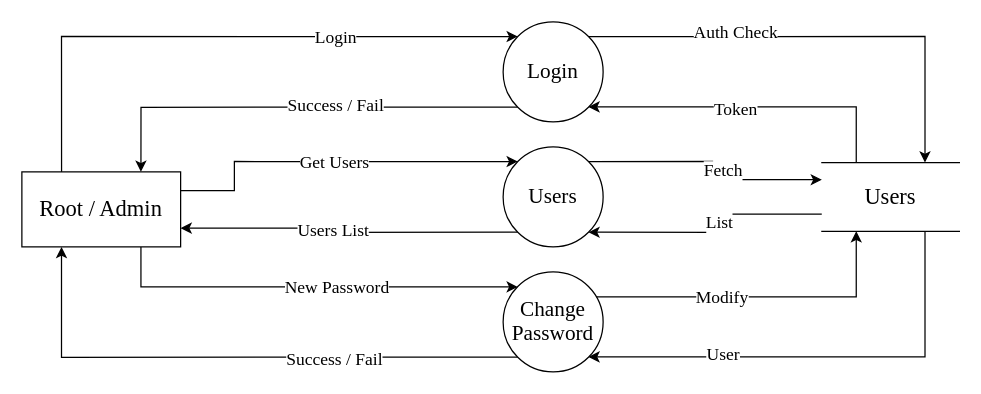
Above: Documentation/diags/Diagrams/root_users_0.drawio in Suzuki0916/Real_Estate_Site (draw.io), before the change. Source tidied: cells renumbered, new cells numbered last; positions are measured from the earlier drawing's top-left corner, leaving out a move shared by most shapes. Both pictures are drawn from the tidied source at 125%, with x=0, y=0 at pixel (21, 21).
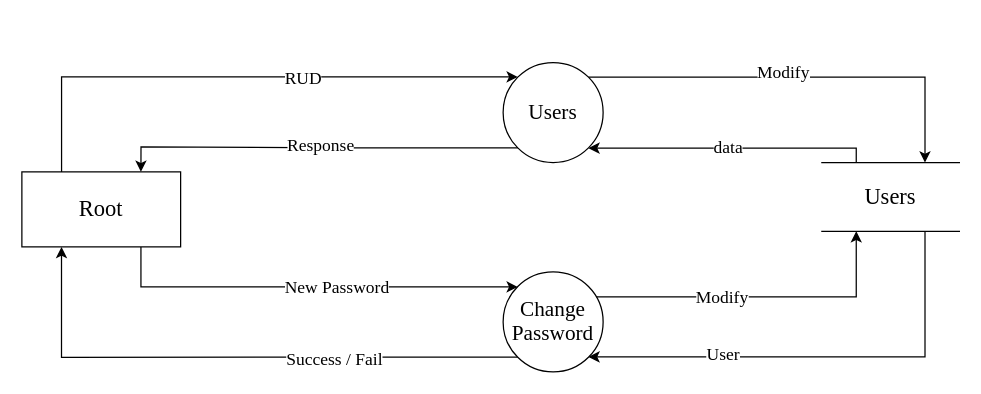
The same diagram, later.

The change refers to these unchanged cells:
```xml
<mxCell id="14" value="&lt;font style=&quot;font-size: 18px&quot;&gt;Users&lt;/font&gt;" style="shape=partialRectangle;whiteSpace=wrap;html=1;left=0;right=0;fillColor=default;rounded=0;shadow=0;glass=0;sketch=0;fontFamily=Times New Roman;fontSize=16;gradientColor=none;" parent="1" vertex="1">
  <mxGeometry x="640" y="112.5" width="110" height="55" as="geometry" />
</mxCell>
```

What changed in the source:
```diff
@@
-    <mxCell id="2" value="&lt;font style=&quot;font-size: 18px&quot;&gt;Root / Admin&lt;/font&gt;" style="rounded=0;whiteSpace=wrap;html=1;fontFamily=Times New Roman;" parent="1" vertex="1">
+    <mxCell id="2" value="&lt;font style=&quot;font-size: 18px&quot;&gt;Root&lt;/font&gt;" style="rounded=0;whiteSpace=wrap;html=1;fontFamily=Times New Roman;" parent="1" vertex="1">
       <mxGeometry y="120" width="127" height="60" as="geometry" />
     </mxCell>
-    <mxCell id="3" style="edgeStyle=orthogonalEdgeStyle;rounded=0;jettySize=auto;html=1;exitX=1;exitY=0;exitDx=0;exitDy=0;entryX=0.75;entryY=0;entryDx=0;entryDy=0;fontSize=17;elbow=vertical;fontFamily=Times New Roman;" parent="1" edge="1" source="7" target="14">
-      <mxGeometry relative="1" as="geometry" />
-    </mxCell>
-    <mxCell id="4" value="Auth Check" style="edgeLabel;html=1;align=center;verticalAlign=middle;fontSize=14;fontFamily=Times New Roman;" parent="3" vertex="1">
-      <mxGeometry x="-0.27" y="3" relative="1" as="geometry">
-        <mxPoint x="-18" as="offset" />
-      </mxGeometry>
-    </mxCell>
-    <mxCell id="5" style="edgeStyle=orthogonalEdgeStyle;rounded=0;jettySize=auto;html=1;exitX=0;exitY=1;exitDx=0;exitDy=0;entryX=0.75;entryY=0;entryDx=0;entryDy=0;fontSize=17;startArrow=none;startFill=0;endArrow=classic;endFill=1;elbow=vertical;fontFamily=Times New Roman;" parent="1" edge="1" source="7" target="2">
-      <mxGeometry relative="1" as="geometry" />
-    </mxCell>
-    <mxCell id="6" value="Success / Fail" style="edgeLabel;html=1;align=center;verticalAlign=middle;fontSize=14;fontFamily=Times New Roman;" parent="5" vertex="1">
-      <mxGeometry x="-0.72" y="3" relative="1" as="geometry">
-        <mxPoint x="-97" y="-4" as="offset" />
-      </mxGeometry>
-    </mxCell>
-    <mxCell id="7" value="&lt;p&gt;&lt;span style=&quot;line-height: 1.1&quot;&gt;&lt;font style=&quot;font-size: 17px&quot;&gt;Login&lt;/font&gt;&lt;/span&gt;&lt;/p&gt;" style="ellipse;whiteSpace=wrap;html=1;shadow=0;sketch=0;rotation=0;fontFamily=Times New Roman;" parent="1" vertex="1">
-      <mxGeometry x="385" width="80" height="80" as="geometry" />
-    </mxCell>
-    <mxCell id="8" style="edgeStyle=elbowEdgeStyle;rounded=0;jettySize=auto;html=1;exitX=0.25;exitY=0;exitDx=0;exitDy=0;entryX=1;entryY=1;entryDx=0;entryDy=0;fontSize=17;elbow=vertical;fontFamily=Times New Roman;" parent="1" edge="1" source="14" target="7">
-      <mxGeometry relative="1" as="geometry">
-        <Array as="points">
-          <mxPoint x="600" y="68" />
-        </Array>
-      </mxGeometry>
-    </mxCell>
-    <mxCell id="9" value="Token" style="edgeLabel;html=1;align=center;verticalAlign=middle;fontSize=14;fontFamily=Times New Roman;" parent="8" vertex="1">
-      <mxGeometry x="0.18" y="-2" relative="1" as="geometry">
-        <mxPoint x="11" y="4" as="offset" />
-      </mxGeometry>
-    </mxCell>
-    <mxCell id="10" style="edgeStyle=orthogonalEdgeStyle;rounded=0;jettySize=auto;elbow=vertical;html=1;entryX=1;entryY=1;entryDx=0;entryDy=0;fontSize=17;exitX=0;exitY=0.75;exitDx=0;exitDy=0;fontFamily=Times New Roman;" parent="1" edge="1" source="14" target="19">
-      <mxGeometry relative="1" as="geometry" />
+    <mxCell id="10" style="edgeStyle=elbowEdgeStyle;rounded=0;jettySize=auto;html=1;entryX=1;entryY=1;entryDx=0;entryDy=0;fontSize=17;exitX=0.25;exitY=0;exitDx=0;exitDy=0;fontFamily=Times New Roman;elbow=vertical;" parent="1" edge="1" source="14" target="19">
+      <mxGeometry relative="1" as="geometry">
+        <Array as="points">
+          <mxPoint x="600" y="101" />
+        </Array>
+      </mxGeometry>
     </mxCell>
-    <mxCell id="11" value="List" style="edgeLabel;html=1;align=center;verticalAlign=middle;fontSize=14;fontFamily=Times New Roman;" parent="10" vertex="1">
+    <mxCell id="11" value="data" style="edgeLabel;html=1;align=center;verticalAlign=middle;fontSize=14;fontFamily=Times New Roman;" parent="10" vertex="1">
       <mxGeometry x="0.47" y="-3" relative="1" as="geometry">
-        <mxPoint x="51" y="-5" as="offset" />
+        <mxPoint x="51" y="2" as="offset" />
       </mxGeometry>
     </mxCell>
@@
-    <mxCell id="15" style="edgeStyle=orthogonalEdgeStyle;rounded=0;jettySize=auto;elbow=vertical;html=1;fontSize=17;entryX=0;entryY=0.25;entryDx=0;entryDy=0;exitX=1;exitY=0;exitDx=0;exitDy=0;fontFamily=Times New Roman;" parent="1" edge="1" source="19" target="14">
+    <mxCell id="15" style="edgeStyle=orthogonalEdgeStyle;rounded=0;jettySize=auto;html=1;fontSize=17;entryX=0.75;entryY=0;entryDx=0;entryDy=0;exitX=1;exitY=0;exitDx=0;exitDy=0;fontFamily=Times New Roman;" parent="1" edge="1" source="19" target="14">
       <mxGeometry relative="1" as="geometry" />
     </mxCell>
-    <mxCell id="16" value="Fetch" style="edgeLabel;html=1;align=center;verticalAlign=middle;fontSize=14;fontFamily=Times New Roman;" parent="15" vertex="1">
+    <mxCell id="16" value="Modify" style="edgeLabel;html=1;align=center;verticalAlign=middle;fontSize=14;fontFamily=Times New Roman;" parent="15" vertex="1">
       <mxGeometry x="-0.3" y="1" relative="1" as="geometry">
-        <mxPoint x="37" y="9" as="offset" />
+        <mxPoint x="37" y="-3" as="offset" />
       </mxGeometry>
     </mxCell>
-    <mxCell id="17" style="edgeStyle=orthogonalEdgeStyle;rounded=0;jettySize=auto;html=1;exitX=0;exitY=1;exitDx=0;exitDy=0;entryX=1;entryY=0.75;entryDx=0;entryDy=0;fontSize=17;startArrow=none;startFill=0;endArrow=classic;endFill=1;elbow=vertical;fontFamily=Times New Roman;" parent="1" edge="1" source="19" target="2">
+    <mxCell id="17" style="edgeStyle=orthogonalEdgeStyle;rounded=0;jettySize=auto;html=1;exitX=0;exitY=1;exitDx=0;exitDy=0;entryX=0.75;entryY=0;entryDx=0;entryDy=0;fontSize=17;startArrow=none;startFill=0;endArrow=classic;endFill=1;elbow=vertical;fontFamily=Times New Roman;" parent="1" edge="1" source="19" target="2">
       <mxGeometry relative="1" as="geometry" />
     </mxCell>
-    <mxCell id="18" value="Users List" style="edgeLabel;html=1;align=center;verticalAlign=middle;fontSize=14;fontFamily=Times New Roman;" parent="17" vertex="1">
+    <mxCell id="18" value="Response" style="edgeLabel;html=1;align=center;verticalAlign=middle;fontSize=14;fontFamily=Times New Roman;" parent="17" vertex="1">
       <mxGeometry x="-0.57" relative="1" as="geometry">
         <mxPoint x="-89" y="-1" as="offset" />
       </mxGeometry>
     </mxCell>
     <mxCell id="19" value="&lt;p&gt;&lt;span style=&quot;line-height: 1.1&quot;&gt;&lt;font style=&quot;font-size: 17px&quot;&gt;Users&lt;/font&gt;&lt;/span&gt;&lt;/p&gt;" style="ellipse;whiteSpace=wrap;html=1;shadow=0;sketch=0;rotation=0;fontFamily=Times New Roman;" parent="1" vertex="1">
-      <mxGeometry x="385" y="100" width="80" height="80" as="geometry" />
+      <mxGeometry x="385" y="32.5" width="80" height="80" as="geometry" />
     </mxCell>
@@
-    <mxCell id="25" style="edgeStyle=orthogonalEdgeStyle;rounded=0;jettySize=auto;html=1;entryX=0;entryY=0;entryDx=0;entryDy=0;fontSize=17;startArrow=none;startFill=0;endArrow=classic;endFill=1;exitX=0.25;exitY=0;exitDx=0;exitDy=0;fontFamily=Times New Roman;" parent="1" edge="1" source="2" target="7">
-      <mxGeometry relative="1" as="geometry">
-        <Array as="points">
-          <mxPoint x="32" y="12" />
-        </Array>
-      </mxGeometry>
-    </mxCell>
-    <mxCell id="26" value="&lt;font style=&quot;font-size: 14px&quot;&gt;Login&lt;/font&gt;" style="edgeLabel;html=1;align=center;verticalAlign=middle;fontSize=17;fontFamily=Times New Roman;" parent="25" vertex="1">
-      <mxGeometry x="0.7" relative="1" as="geometry">
-        <mxPoint x="-75" as="offset" />
-      </mxGeometry>
-    </mxCell>
-    <mxCell id="27" style="edgeStyle=orthogonalEdgeStyle;rounded=0;jettySize=auto;html=1;entryX=0;entryY=0;entryDx=0;entryDy=0;fontSize=17;startArrow=none;startFill=0;endArrow=classic;endFill=1;elbow=vertical;exitX=1;exitY=0.25;exitDx=0;exitDy=0;fontFamily=Times New Roman;" parent="1" edge="1" source="2" target="19">
+    <mxCell id="27" style="edgeStyle=elbowEdgeStyle;rounded=0;jettySize=auto;html=1;entryX=0;entryY=0;entryDx=0;entryDy=0;fontSize=17;startArrow=none;startFill=0;endArrow=classic;endFill=1;exitX=0.25;exitY=0;exitDx=0;exitDy=0;fontFamily=Times New Roman;elbow=vertical;" parent="1" edge="1" source="2" target="19">
       <mxGeometry relative="1" as="geometry">
         <Array as="points">
-          <mxPoint x="170" y="135" />
-          <mxPoint x="170" y="112" />
+          <mxPoint x="350" y="44" />
         </Array>
       </mxGeometry>
     </mxCell>
-    <mxCell id="28" value="Get Users" style="edgeLabel;html=1;align=center;verticalAlign=middle;fontSize=14;fontFamily=Times New Roman;" parent="27" vertex="1">
+    <mxCell id="28" value="RUD" style="edgeLabel;html=1;align=center;verticalAlign=middle;fontSize=14;fontFamily=Times New Roman;" parent="27" vertex="1">
       <mxGeometry x="0.66" relative="1" as="geometry">
         <mxPoint x="-97" y="1" as="offset" />
       </mxGeometry>
     </mxCell>
```
